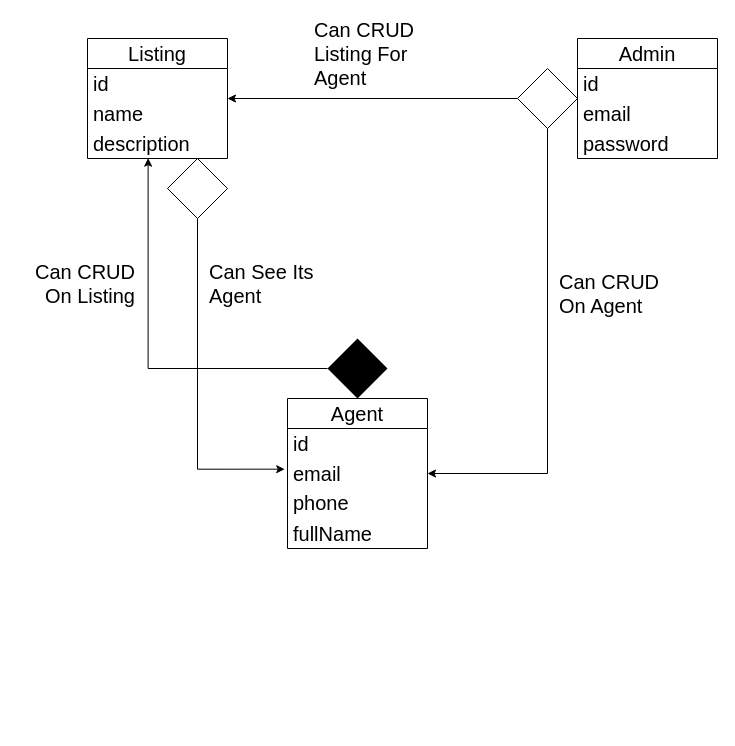
Before: page "Database" (3 of 3) of userjourneyf.drawio in SadmanYasar/hello-world, a draw.io diagram. Source tidied: cells renumbered, new cells numbered last; positions are measured from the earlier drawing's top-left corner, leaving out a move shared by most shapes. Both pictures are drawn from the tidied source at 100%, with x=0, y=0 at pixel (17, 38).
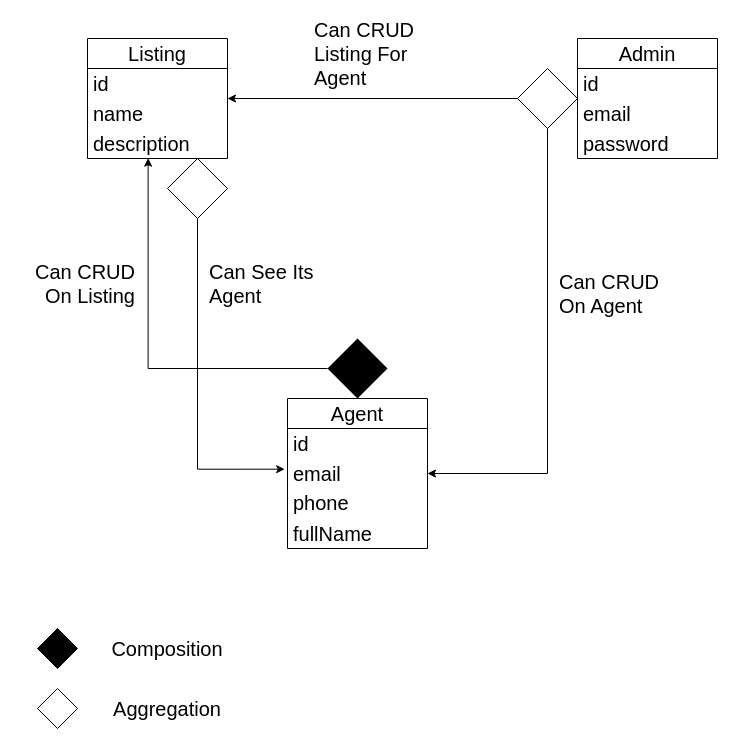
After the change.

What changed in the source:
```diff
@@
+    <mxCell id="26" style="rhombus;whiteSpace=wrap;html=1;fillStyle=solid;fontSize=20;fillColor=#000000;" parent="1" vertex="1">
+      <mxGeometry x="20" y="590" width="40" height="40" as="geometry" />
+    </mxCell>
+    <mxCell id="27" style="rhombus;whiteSpace=wrap;html=1;fillStyle=solid;fontSize=20;" parent="1" vertex="1">
+      <mxGeometry x="20" y="650" width="40" height="40" as="geometry" />
+    </mxCell>
+    <mxCell id="28" value="Composition" style="text;html=1;strokeColor=none;fillColor=none;align=center;verticalAlign=middle;whiteSpace=wrap;rounded=0;fontSize=20;" parent="1" vertex="1">
+      <mxGeometry x="120" y="595" width="60" height="30" as="geometry" />
+    </mxCell>
+    <mxCell id="29" value="Aggregation" style="text;html=1;strokeColor=none;fillColor=none;align=center;verticalAlign=middle;whiteSpace=wrap;rounded=0;fontSize=20;" parent="1" vertex="1">
+      <mxGeometry x="120" y="655" width="60" height="30" as="geometry" />
+    </mxCell>
```
